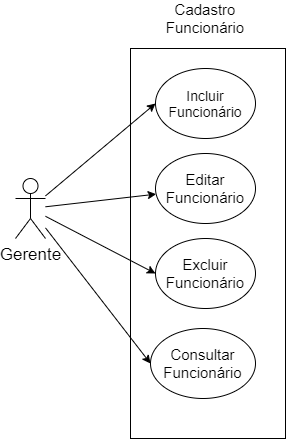
Above: CadastrarFuncionario.png in hinname/project-Restaurant (draw.io), before the change. Source tidied: cells renumbered, new cells last; positions are measured from the earlier drawing's top-left corner, leaving out a move shared by most shapes.
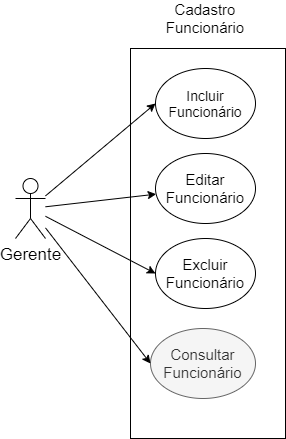
Above is the later version.

The edit, as a diff of the source:
```diff
@@ -29,7 +29,7 @@
     <mxCell id="10" style="endArrow=classic;html=1;entryX=0;entryY=0.5;entryDx=0;entryDy=0;" parent="1" edge="1" source="3" target="6">
       <mxGeometry relative="1" as="geometry" />
     </mxCell>
-    <mxCell id="11" value="&lt;font style=&quot;font-size: 15px&quot;&gt;Consultar Funcionário&lt;/font&gt;" style="ellipse;whiteSpace=wrap;html=1;" parent="1" vertex="1">
+    <mxCell id="11" value="&lt;font style=&quot;font-size: 15px&quot;&gt;Consultar Funcionário&lt;/font&gt;" style="ellipse;whiteSpace=wrap;html=1;fillColor=#f5f5f5;strokeColor=#666666;fontColor=#333333;" parent="1" vertex="1">
       <mxGeometry x="135" y="320" width="105" height="70" as="geometry" />
     </mxCell>
     <mxCell id="12" style="endArrow=classic;html=1;entryX=0;entryY=0.5;entryDx=0;entryDy=0;" parent="1" edge="1" source="3" target="11">
```
